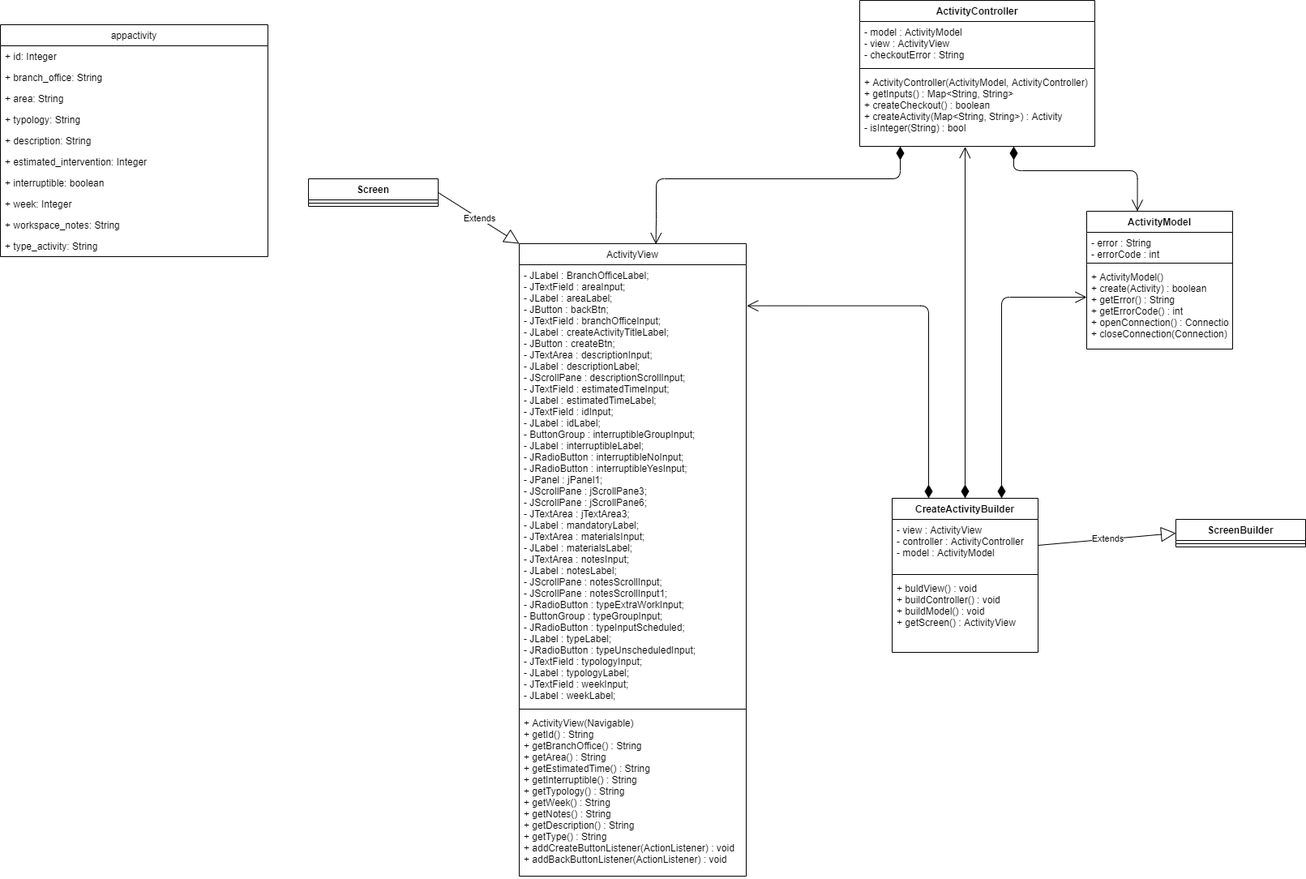
The draw.io diagram progettazione/MaintenanceAppCreateActivity.png in MyUniversityProjects/MaintenanceApplication, before a commit. Source tidied: cells renumbered, new cells last; positions are measured from the earlier drawing's top-left corner, leaving out a move shared by most shapes. Source of this version:
```xml
<mxGraphModel background="#ffffff">
  <root>
    <mxCell id="0" />
    <mxCell id="1" parent="0" />
    <mxCell id="2" value="ActivityView" style="swimlane;fontStyle=0;align=center;verticalAlign=top;horizontal=1;startSize=26;rounded=0;shadow=0;strokeWidth=1;" parent="1" vertex="1">
      <mxGeometry x="640" y="300" width="280" height="780" as="geometry" />
    </mxCell>
    <mxCell id="3" value="- JLabel : BranchOfficeLabel;&#10;- JTextField : areaInput;&#10;- JLabel : areaLabel;&#10;- JButton : backBtn;&#10;- JTextField : branchOfficeInput;&#10;- JLabel : createActivityTitleLabel;&#10;- JButton : createBtn;&#10;- JTextArea : descriptionInput;&#10;- JLabel : descriptionLabel;&#10;- JScrollPane : descriptionScrollInput;&#10;- JTextField : estimatedTimeInput;&#10;- JLabel : estimatedTimeLabel;&#10;- JTextField : idInput;&#10;- JLabel : idLabel;&#10;- ButtonGroup : interruptibleGroupInput;&#10;- JLabel : interruptibleLabel;&#10;- JRadioButton : interruptibleNoInput;&#10;- JRadioButton : interruptibleYesInput;&#10;- JPanel : jPanel1;&#10;- JScrollPane : jScrollPane3;&#10;- JScrollPane : jScrollPane6;&#10;- JTextArea : jTextArea3;&#10;- JLabel : mandatoryLabel;&#10;- JTextArea : materialsInput;&#10;- JLabel : materialsLabel;&#10;- JTextArea : notesInput;&#10;- JLabel : notesLabel;&#10;- JScrollPane : notesScrollInput;&#10;- JScrollPane : notesScrollInput1;&#10;- JRadioButton : typeExtraWorkInput;&#10;- ButtonGroup : typeGroupInput;&#10;- JRadioButton : typeInputScheduled;&#10;- JLabel : typeLabel;&#10;- JRadioButton : typeUnscheduledInput;&#10;- JTextField : typologyInput;&#10;- JLabel : typologyLabel;&#10;- JTextField : weekInput;&#10;- JLabel : weekLabel;" style="text;align=left;verticalAlign=top;spacingLeft=4;spacingRight=4;overflow=hidden;points=[[0,0.5],[1,0.5]];portConstraint=eastwest;" parent="2" vertex="1">
      <mxGeometry y="26" width="280" height="544" as="geometry" />
    </mxCell>
    <mxCell id="4" style="line;html=1;strokeWidth=1;align=left;verticalAlign=middle;spacingTop=-1;spacingLeft=3;spacingRight=3;labelPosition=right;" parent="2" vertex="1">
      <mxGeometry y="570" width="280" height="8" as="geometry" />
    </mxCell>
    <mxCell id="5" value="+ ActivityView(Navigable)&#10;+ getId() : String&#10;+ getBranchOffice() : String&#10;+ getArea() : String&#10;+ getEstimatedTime() : String&#10;+ getInterruptible() : String&#10;+ getTypology() : String&#10;+ getWeek() : String&#10;+ getNotes() : String&#10;+ getDescription() : String&#10;+ getType() : String&#10;+ addCreateButtonListener(ActionListener) : void&#10;+ addBackButtonListener(ActionListener) : void" style="text;align=left;verticalAlign=top;spacingLeft=4;spacingRight=4;overflow=hidden;" parent="2" vertex="1">
      <mxGeometry y="578" width="280" height="202" as="geometry" />
    </mxCell>
    <mxCell id="6" value="Screen" style="swimlane;fontStyle=1;align=center;verticalAlign=top;horizontal=1;startSize=26;" parent="1" vertex="1">
      <mxGeometry x="380" y="220" width="160" height="34" as="geometry" />
    </mxCell>
    <mxCell id="7" style="line;strokeWidth=1;fillColor=none;align=left;verticalAlign=middle;spacingTop=-1;spacingLeft=3;spacingRight=3;labelPosition=right;" parent="6" vertex="1">
      <mxGeometry y="26" width="160" height="8" as="geometry" />
    </mxCell>
    <mxCell id="8" value="appactivity" style="swimlane;fontStyle=0;horizontal=1;startSize=26;fillColor=none;" parent="1" vertex="1">
      <mxGeometry y="30" width="330" height="286" as="geometry" />
    </mxCell>
    <mxCell id="9" value="+ id: Integer" style="text;strokeColor=none;fillColor=none;align=left;verticalAlign=top;spacingLeft=4;spacingRight=4;overflow=hidden;" parent="8" vertex="1">
      <mxGeometry y="26" width="330" height="26" as="geometry" />
    </mxCell>
    <mxCell id="10" value="+ branch_office: String" style="text;strokeColor=none;fillColor=none;align=left;verticalAlign=top;spacingLeft=4;spacingRight=4;overflow=hidden;" parent="8" vertex="1">
      <mxGeometry y="52" width="330" height="26" as="geometry" />
    </mxCell>
    <mxCell id="11" value="+ area: String" style="text;strokeColor=none;fillColor=none;align=left;verticalAlign=top;spacingLeft=4;spacingRight=4;overflow=hidden;" parent="8" vertex="1">
      <mxGeometry y="78" width="330" height="26" as="geometry" />
    </mxCell>
    <mxCell id="12" value="+ typology: String" style="text;strokeColor=none;fillColor=none;align=left;verticalAlign=top;spacingLeft=4;spacingRight=4;overflow=hidden;" parent="8" vertex="1">
      <mxGeometry y="104" width="330" height="26" as="geometry" />
    </mxCell>
    <mxCell id="13" value="+ description: String" style="text;strokeColor=none;fillColor=none;align=left;verticalAlign=top;spacingLeft=4;spacingRight=4;overflow=hidden;" parent="8" vertex="1">
      <mxGeometry y="130" width="330" height="26" as="geometry" />
    </mxCell>
    <mxCell id="14" value="+ estimated_intervention: Integer" style="text;strokeColor=none;fillColor=none;align=left;verticalAlign=top;spacingLeft=4;spacingRight=4;overflow=hidden;" parent="8" vertex="1">
      <mxGeometry y="156" width="330" height="26" as="geometry" />
    </mxCell>
    <mxCell id="15" value="+ interruptible: boolean" style="text;strokeColor=none;fillColor=none;align=left;verticalAlign=top;spacingLeft=4;spacingRight=4;overflow=hidden;" parent="8" vertex="1">
      <mxGeometry y="182" width="330" height="26" as="geometry" />
    </mxCell>
    <mxCell id="16" value="+ week: Integer" style="text;strokeColor=none;fillColor=none;align=left;verticalAlign=top;spacingLeft=4;spacingRight=4;overflow=hidden;" parent="8" vertex="1">
      <mxGeometry y="208" width="330" height="26" as="geometry" />
    </mxCell>
    <mxCell id="17" value="+ workspace_notes: String" style="text;strokeColor=none;fillColor=none;align=left;verticalAlign=top;spacingLeft=4;spacingRight=4;overflow=hidden;" parent="8" vertex="1">
      <mxGeometry y="234" width="330" height="26" as="geometry" />
    </mxCell>
    <mxCell id="18" value="+ type_activity: String" style="text;strokeColor=none;fillColor=none;align=left;verticalAlign=top;spacingLeft=4;spacingRight=4;overflow=hidden;" parent="8" vertex="1">
      <mxGeometry y="260" width="330" height="26" as="geometry" />
    </mxCell>
    <mxCell id="19" style="endArrow=open;html=1;endSize=12;startArrow=diamondThin;startSize=14;startFill=1;edgeStyle=orthogonalEdgeStyle;align=left;verticalAlign=bottom;exitX=0.25;exitY=0;exitDx=0;exitDy=0;entryX=1;entryY=1;entryDx=0;entryDy=0;" parent="1" edge="1">
      <mxGeometry x="-0.91" relative="1" as="geometry">
        <mxPoint x="1250" y="180" as="sourcePoint" />
        <mxPoint x="1402.5" y="260" as="targetPoint" />
        <Array as="points">
          <mxPoint x="1250" y="210" />
          <mxPoint x="1402" y="210" />
        </Array>
      </mxGeometry>
    </mxCell>
    <mxCell id="20" style="endArrow=open;html=1;endSize=12;startArrow=diamondThin;startSize=14;startFill=1;edgeStyle=orthogonalEdgeStyle;align=left;verticalAlign=bottom;exitX=0.602;exitY=0.001;exitDx=0;exitDy=0;exitPerimeter=0;entryX=0.602;entryY=0.001;entryDx=0;entryDy=0;entryPerimeter=0;" parent="1" edge="1" target="2">
      <mxGeometry x="-0.85" relative="1" as="geometry">
        <mxPoint x="1110" y="180" as="sourcePoint" />
        <Array as="points">
          <mxPoint x="1110" y="220" />
          <mxPoint x="809" y="220" />
          <mxPoint x="809" y="270" />
          <mxPoint x="809" y="270" />
        </Array>
      </mxGeometry>
    </mxCell>
    <mxCell id="21" value="CreateActivityBuilder" style="swimlane;fontStyle=1;align=center;verticalAlign=top;horizontal=1;startSize=26;" parent="1" vertex="1">
      <mxGeometry x="1100" y="614" width="180" height="190" as="geometry" />
    </mxCell>
    <mxCell id="22" value="- view : ActivityView&#10;- controller : ActivityController&#10;- model : ActivityModel" style="text;strokeColor=none;fillColor=none;align=left;verticalAlign=top;spacingLeft=4;spacingRight=4;overflow=hidden;points=[[0,0.5],[1,0.5]];portConstraint=eastwest;" parent="21" vertex="1">
      <mxGeometry y="26" width="180" height="64" as="geometry" />
    </mxCell>
    <mxCell id="23" style="line;strokeWidth=1;fillColor=none;align=left;verticalAlign=middle;spacingTop=-1;spacingLeft=3;spacingRight=3;labelPosition=right;" parent="21" vertex="1">
      <mxGeometry y="90" width="180" height="8" as="geometry" />
    </mxCell>
    <mxCell id="24" value="+ buldView() : void&#10;+ buildController() : void&#10;+ buildModel() : void&#10;+ getScreen() : ActivityView" style="text;strokeColor=none;fillColor=none;align=left;verticalAlign=top;spacingLeft=4;spacingRight=4;overflow=hidden;" parent="21" vertex="1">
      <mxGeometry y="98" width="180" height="92" as="geometry" />
    </mxCell>
    <mxCell id="25" value="ScreenBuilder" style="swimlane;fontStyle=1;align=center;verticalAlign=top;horizontal=1;startSize=26;" parent="1" vertex="1">
      <mxGeometry x="1450" y="640" width="160" height="34" as="geometry" />
    </mxCell>
    <mxCell id="26" style="line;strokeWidth=1;fillColor=none;align=left;verticalAlign=middle;spacingTop=-1;spacingLeft=3;spacingRight=3;labelPosition=right;" parent="25" vertex="1">
      <mxGeometry y="26" width="160" height="8" as="geometry" />
    </mxCell>
    <mxCell id="27" style="endArrow=open;html=1;endSize=12;startArrow=diamondThin;startSize=14;startFill=1;edgeStyle=orthogonalEdgeStyle;align=left;verticalAlign=bottom;exitX=0.5;exitY=0;exitDx=0;exitDy=0;entryX=0.667;entryY=1.004;entryDx=0;entryDy=0;entryPerimeter=0;" parent="1" edge="1" source="21">
      <mxGeometry x="-0.85" relative="1" as="geometry">
        <mxPoint x="1190.1" y="180.4" as="targetPoint" />
        <Array as="points">
          <mxPoint x="1190" y="184" />
          <mxPoint x="1190" y="184" />
        </Array>
      </mxGeometry>
    </mxCell>
    <mxCell id="28" style="endArrow=open;html=1;endSize=12;startArrow=diamondThin;startSize=14;startFill=1;edgeStyle=orthogonalEdgeStyle;align=left;verticalAlign=bottom;entryX=0;entryY=0.373;entryDx=0;entryDy=0;exitX=0.75;exitY=0;exitDx=0;exitDy=0;entryPerimeter=0;" parent="1" edge="1" source="21" target="39">
      <mxGeometry x="-0.85" relative="1" as="geometry">
        <Array as="points">
          <mxPoint x="1235" y="366" />
        </Array>
      </mxGeometry>
    </mxCell>
    <mxCell id="29" style="endArrow=open;html=1;endSize=12;startArrow=diamondThin;startSize=14;startFill=1;edgeStyle=orthogonalEdgeStyle;align=left;verticalAlign=bottom;entryX=1.003;entryY=0.093;entryDx=0;entryDy=0;exitX=0.25;exitY=0;exitDx=0;exitDy=0;entryPerimeter=0;" parent="1" edge="1" source="21" target="3">
      <mxGeometry x="-0.85" relative="1" as="geometry">
        <Array as="points">
          <mxPoint x="1145" y="377" />
        </Array>
      </mxGeometry>
    </mxCell>
    <mxCell id="30" value="Extends" style="endArrow=block;endSize=16;endFill=0;html=1;exitX=1;exitY=0.5;exitDx=0;exitDy=0;entryX=0;entryY=0.5;entryDx=0;entryDy=0;" parent="1" edge="1" source="22" target="25">
      <mxGeometry relative="1" as="geometry" />
    </mxCell>
    <mxCell id="31" value="Extends" style="endArrow=block;endSize=16;endFill=0;html=1;exitX=1;exitY=0.5;exitDx=0;exitDy=0;entryX=0;entryY=0;entryDx=0;entryDy=0;" parent="1" edge="1" source="6" target="2">
      <mxGeometry relative="1" as="geometry" />
    </mxCell>
    <mxCell id="32" value="ActivityController" style="swimlane;fontStyle=1;align=center;verticalAlign=top;horizontal=1;startSize=26;rounded=0;shadow=0;strokeWidth=1;" parent="1" vertex="1">
      <mxGeometry x="1060" width="290" height="180" as="geometry" />
    </mxCell>
    <mxCell id="33" value="- model : ActivityModel&#10;- view : ActivityView&#10;- checkoutError : String" style="text;align=left;verticalAlign=top;spacingLeft=4;spacingRight=4;overflow=hidden;" parent="32" vertex="1">
      <mxGeometry y="26" width="290" height="54" as="geometry" />
    </mxCell>
    <mxCell id="34" style="line;html=1;strokeWidth=1;align=left;verticalAlign=middle;spacingTop=-1;spacingLeft=3;spacingRight=3;labelPosition=right;" parent="32" vertex="1">
      <mxGeometry y="80" width="290" height="8" as="geometry" />
    </mxCell>
    <mxCell id="35" value="+ ActivityController(ActivityModel, ActivityController)&#10;+ getInputs() : Map&lt;String, String&gt;&#10;+ createCheckout() : boolean&#10;+ createActivity(Map&lt;String, String&gt;) : Activity&#10;- isInteger(String) : bool" style="text;align=left;verticalAlign=top;spacingLeft=4;spacingRight=4;overflow=hidden;" parent="32" vertex="1">
      <mxGeometry y="88" width="290" height="92" as="geometry" />
    </mxCell>
    <mxCell id="36" value="ActivityModel" style="swimlane;fontStyle=1;align=center;verticalAlign=top;horizontal=1;startSize=26;rounded=0;shadow=0;strokeWidth=1;" parent="1" vertex="1">
      <mxGeometry x="1340" y="260" width="180" height="170" as="geometry" />
    </mxCell>
    <mxCell id="37" value="- error : String&#10;- errorCode : int" style="text;align=left;verticalAlign=top;spacingLeft=4;spacingRight=4;overflow=hidden;" parent="36" vertex="1">
      <mxGeometry y="26" width="180" height="34" as="geometry" />
    </mxCell>
    <mxCell id="38" style="line;html=1;strokeWidth=1;align=left;verticalAlign=middle;spacingTop=-1;spacingLeft=3;spacingRight=3;labelPosition=right;" parent="36" vertex="1">
      <mxGeometry y="60" width="180" height="8" as="geometry" />
    </mxCell>
    <mxCell id="39" value="+ ActivityModel()&#10;+ create(Activity) : boolean&#10;+ getError() : String&#10;+ getErrorCode() : int&#10;+ openConnection() : Connection&#10;+ closeConnection(Connection) : void" style="text;align=left;verticalAlign=top;spacingLeft=4;spacingRight=4;overflow=hidden;points=[[0,0.5],[1,0.5]];portConstraint=eastwest;fontStyle=0;" parent="36" vertex="1">
      <mxGeometry y="68" width="180" height="102" as="geometry" />
    </mxCell>
  </root>
</mxGraphModel>
```
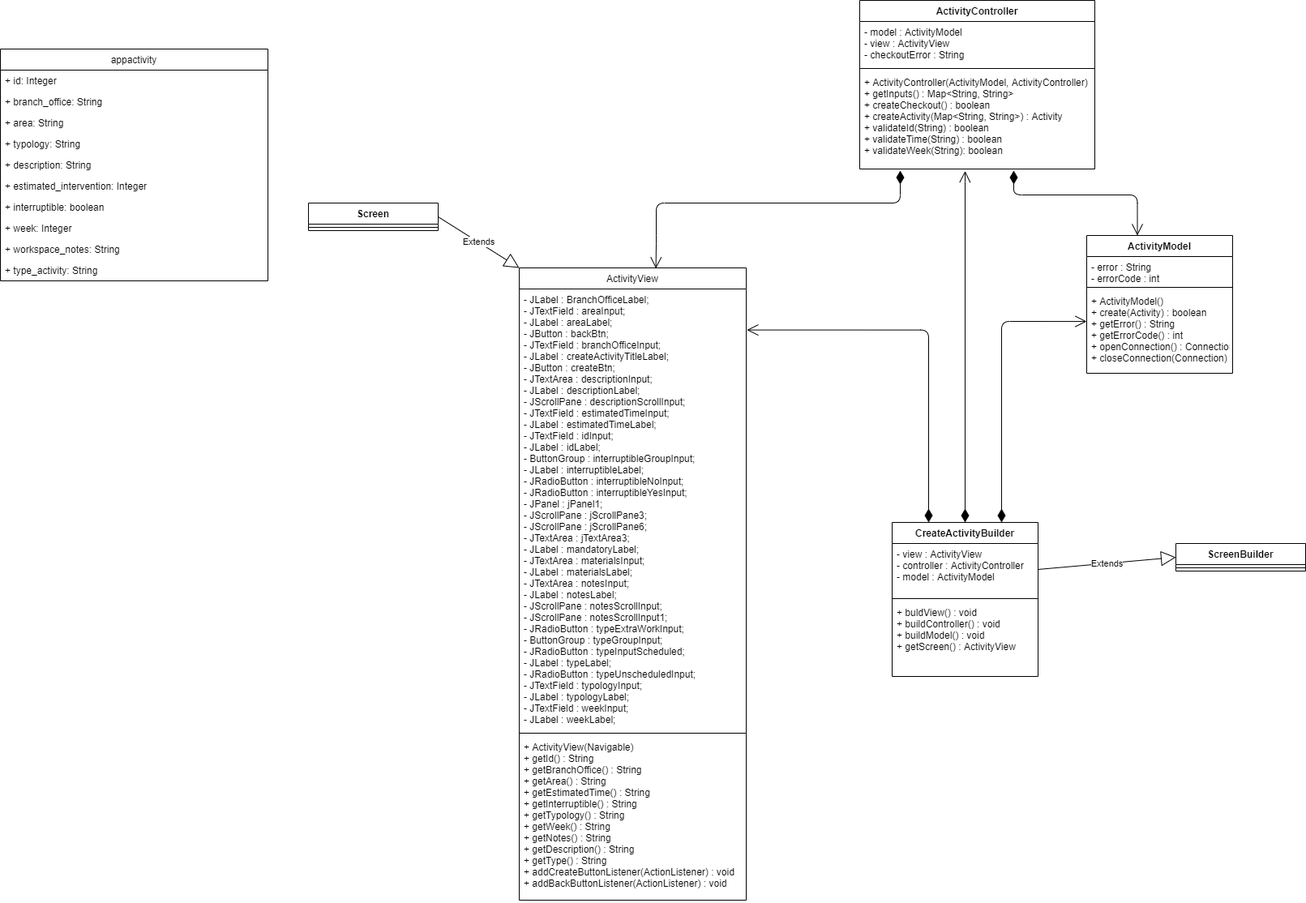
After the change.

Commit message:
modify the design of create activity

What changed in the source:
```diff
@@ -1,4 +1,4 @@
-<mxGraphModel background="#ffffff">
+<mxGraphModel>
   <root>
     <mxCell id="0" />
     <mxCell id="1" parent="0" />
@@ -122,7 +122,7 @@
       <mxGeometry relative="1" as="geometry" />
     </mxCell>
     <mxCell id="32" value="ActivityController" style="swimlane;fontStyle=1;align=center;verticalAlign=top;horizontal=1;startSize=26;rounded=0;shadow=0;strokeWidth=1;" parent="1" vertex="1">
-      <mxGeometry x="1060" width="290" height="180" as="geometry" />
+      <mxGeometry x="1060" y="-30" width="290" height="208" as="geometry" />
     </mxCell>
     <mxCell id="33" value="- model : ActivityModel&#10;- view : ActivityView&#10;- checkoutError : String" style="text;align=left;verticalAlign=top;spacingLeft=4;spacingRight=4;overflow=hidden;" parent="32" vertex="1">
       <mxGeometry y="26" width="290" height="54" as="geometry" />
@@ -130,8 +130,8 @@
     <mxCell id="34" style="line;html=1;strokeWidth=1;align=left;verticalAlign=middle;spacingTop=-1;spacingLeft=3;spacingRight=3;labelPosition=right;" parent="32" vertex="1">
       <mxGeometry y="80" width="290" height="8" as="geometry" />
     </mxCell>
-    <mxCell id="35" value="+ ActivityController(ActivityModel, ActivityController)&#10;+ getInputs() : Map&lt;String, String&gt;&#10;+ createCheckout() : boolean&#10;+ createActivity(Map&lt;String, String&gt;) : Activity&#10;- isInteger(String) : bool" style="text;align=left;verticalAlign=top;spacingLeft=4;spacingRight=4;overflow=hidden;" parent="32" vertex="1">
-      <mxGeometry y="88" width="290" height="92" as="geometry" />
+    <mxCell id="35" value="+ ActivityController(ActivityModel, ActivityController)&#10;+ getInputs() : Map&lt;String, String&gt;&#10;+ createCheckout() : boolean&#10;+ createActivity(Map&lt;String, String&gt;) : Activity&#10;+ validateId(String) : boolean&#10;+ validateTime(String) : boolean&#10;+ validateWeek(String): boolean" style="text;align=left;verticalAlign=top;spacingLeft=4;spacingRight=4;overflow=hidden;" parent="32" vertex="1">
+      <mxGeometry y="88" width="290" height="120" as="geometry" />
     </mxCell>
     <mxCell id="36" value="ActivityModel" style="swimlane;fontStyle=1;align=center;verticalAlign=top;horizontal=1;startSize=26;rounded=0;shadow=0;strokeWidth=1;" parent="1" vertex="1">
       <mxGeometry x="1340" y="260" width="180" height="170" as="geometry" />
```
